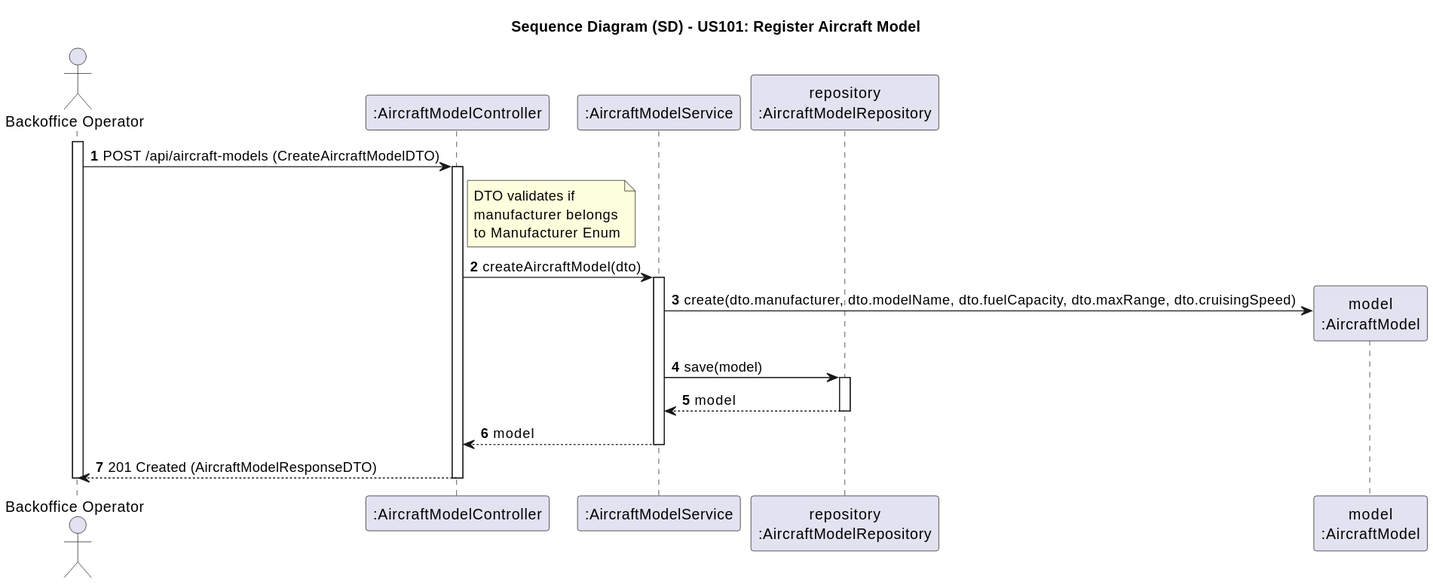
The PlantUML diagram docs/use-cases/WP#1A/US101/svg/US101-SD.svg in Andre-1240567/psoft2026_2DB_1240567_1241013_1240624, before a commit. Source of this version:
```plantuml
@startuml
autonumber
title Sequence Diagram (SD) - US101: Register Aircraft Model

actor "Backoffice Operator" as Admin
participant ":AircraftModelController" as Ctrl
participant ":AircraftModelService" as Service
participant "repository\n:AircraftModelRepository" as Repo
participant "model\n:AircraftModel" as Model

activate Admin
Admin -> Ctrl: POST /api/aircraft-models (CreateAircraftModelDTO)
activate Ctrl

note right of Ctrl: DTO validates if\nmanufacturer belongs\nto Manufacturer Enum

Ctrl -> Service: createAircraftModel(dto)
activate Service

Service -> Model**: create(dto.manufacturer, dto.modelName, dto.fuelCapacity, dto.maxRange, dto.cruisingSpeed)

Service -> Repo: save(model)
activate Repo
Repo --> Service: model
deactivate Repo

Service --> Ctrl: model
deactivate Service

Ctrl --> Admin: 201 Created (AircraftModelResponseDTO)
deactivate Ctrl
deactivate Admin
@enduml
```
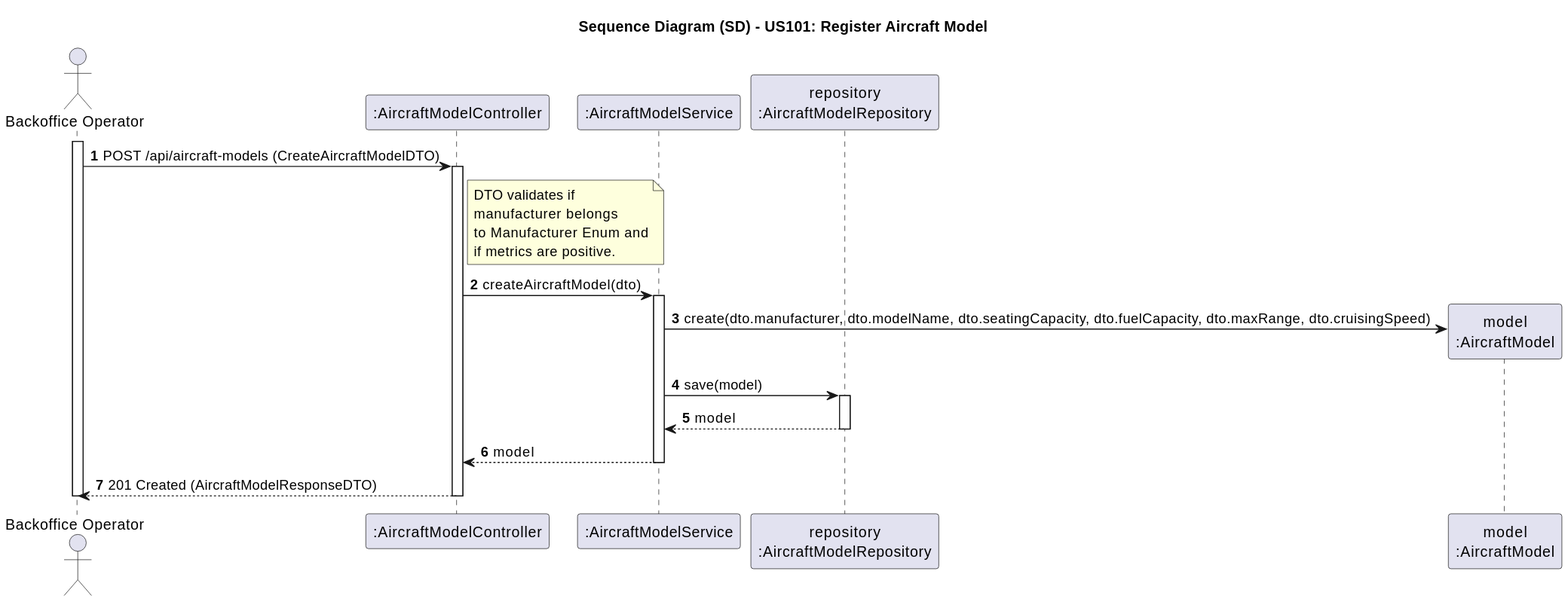
The same file after the commit.

What changed in the source:
```diff
@@ -12,12 +12,14 @@
 Admin -> Ctrl: POST /api/aircraft-models (CreateAircraftModelDTO)
 activate Ctrl
 
-note right of Ctrl: DTO validates if\nmanufacturer belongs\nto Manufacturer Enum
+note right of Ctrl: DTO validates if\nmanufacturer belongs\nto Manufacturer Enum and\nif metrics are positive.
 
 Ctrl -> Service: createAircraftModel(dto)
 activate Service
 
-Service -> Model**: create(dto.manufacturer, dto.modelName, dto.fuelCapacity, dto.maxRange, dto.cruisingSpeed)
+
+Service -> Model**: create(dto.manufacturer, dto.modelName, dto.seatingCapacity, dto.fuelCapacity, dto.maxRange, dto.cruisingSpeed)
+
 
 Service -> Repo: save(model)
 activate Repo
```
